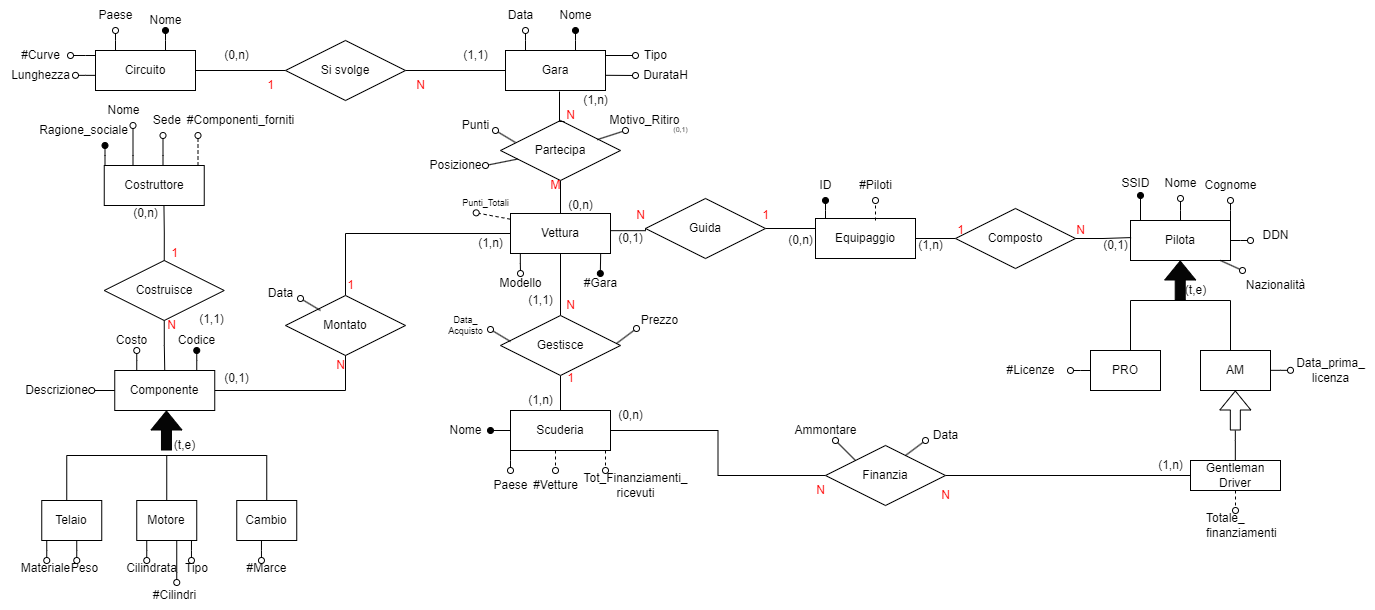
GiuseppePastena23/UNISA keeps this draw.io diagram as II_Anno/Primo_Semestre/BD(Professori Polese, Caruccio, BB)/Progetti/2023-2024/Peppe-Pasquale/Untitled_Diagram_1.drawio.png. Above is the earlier version. Source tidied: cells renumbered, new cells last; positions are measured from the earlier drawing's top-left corner, leaving out a move shared by most shapes.
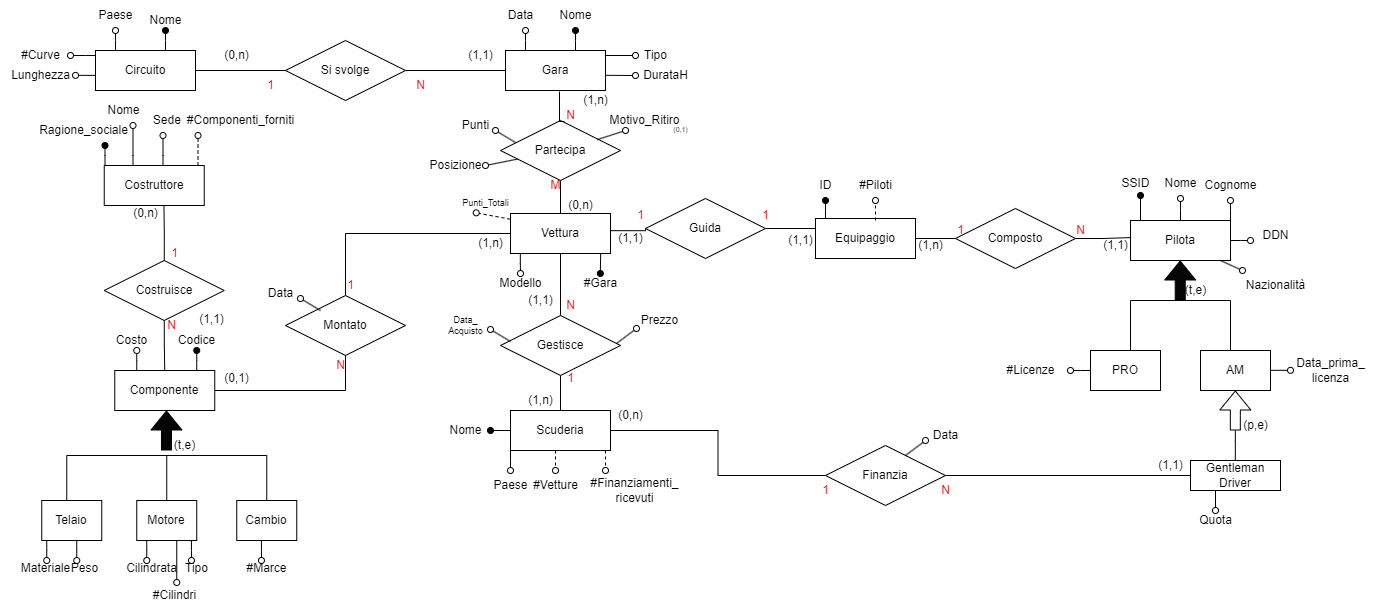
After the change.

Diff of the diagram source:
```diff
@@ -146,18 +146,6 @@
     <mxCell id="29" value="Gentleman Driver" style="html=1;align=center;fontStyle=0;labelBackgroundColor=none;fontColor=default;whiteSpace=wrap;labelBorderColor=none;verticalAlign=middle;horizontal=1;fontFamily=Helvetica;" parent="1" vertex="1">
       <mxGeometry x="1190" y="460" width="90" height="30" as="geometry" />
     </mxCell>
-    <mxCell id="30" style="endArrow=oval;html=1;rounded=0;endFill=0;labelBackgroundColor=none;fontColor=default;exitX=0.5;exitY=1;exitDx=0;exitDy=0;dashed=1;" parent="1" edge="1" source="29">
-      <mxGeometry relative="1" as="geometry">
-        <mxPoint x="1235" y="510" as="targetPoint" />
-        <Array as="points">
-          <mxPoint x="1235" y="500" />
-          <mxPoint x="1235" y="510" />
-        </Array>
-      </mxGeometry>
-    </mxCell>
-    <mxCell id="31" value="Totale_&lt;br&gt;finanziamenti" style="text;html=1;align=left;verticalAlign=middle;strokeColor=none;fillColor=none;" parent="1" vertex="1">
-      <mxGeometry x="1204" y="505" width="90" height="40" as="geometry" />
-    </mxCell>
     <mxCell id="32" value="Scuderia" style="html=1;align=center;fontStyle=0;labelBackgroundColor=none;fontColor=default;whiteSpace=wrap;labelBorderColor=none;verticalAlign=middle;horizontal=1;fontFamily=Helvetica;" parent="1" vertex="1">
       <mxGeometry x="510" y="410" width="100" height="40" as="geometry" />
     </mxCell>
@@ -192,8 +180,8 @@
         </Array>
       </mxGeometry>
     </mxCell>
-    <mxCell id="38" value="Tot_Finanziamenti_&lt;br&gt;ricevuti" style="text;html=1;align=center;verticalAlign=middle;strokeColor=none;fillColor=none;rotation=0;" parent="1" vertex="1">
-      <mxGeometry x="570" y="465" width="130" height="40" as="geometry" />
+    <mxCell id="38" value="#Finanziamenti_&lt;br&gt;ricevuti" style="text;html=1;align=center;verticalAlign=middle;strokeColor=none;fillColor=none;rotation=0;" parent="1" vertex="1">
+      <mxGeometry x="579" y="470" width="110" height="40" as="geometry" />
     </mxCell>
     <mxCell id="39" value="Vettura" style="html=1;align=center;fontStyle=0;labelBackgroundColor=none;fontColor=default;whiteSpace=wrap;labelBorderColor=none;verticalAlign=middle;horizontal=1;fontFamily=Helvetica;" parent="1" vertex="1">
       <mxGeometry x="510" y="213" width="100" height="40" as="geometry" />
@@ -619,16 +607,8 @@
     <mxCell id="127" value="Data" style="text;html=1;align=center;verticalAlign=middle;strokeColor=none;fillColor=none;labelBackgroundColor=none;" parent="1" vertex="1">
       <mxGeometry x="920" y="420" width="50" height="30" as="geometry" />
     </mxCell>
-    <mxCell id="128" style="endArrow=oval;html=1;rounded=0;exitX=0;exitY=0;exitDx=0;exitDy=0;endFill=0;" parent="1" edge="1" source="125">
-      <mxGeometry relative="1" as="geometry">
-        <mxPoint x="835" y="440" as="targetPoint" />
-      </mxGeometry>
-    </mxCell>
-    <mxCell id="129" value="Ammontare" style="text;html=1;align=center;verticalAlign=middle;strokeColor=none;fillColor=none;labelBackgroundColor=none;" parent="1" vertex="1">
-      <mxGeometry x="780" y="415" width="90" height="30" as="geometry" />
-    </mxCell>
     <mxCell id="130" value="(1,1)" style="text;html=1;align=center;verticalAlign=middle;strokeColor=none;fillColor=none;" parent="1" vertex="1">
-      <mxGeometry x="450" y="40" width="50" height="30" as="geometry" />
+      <mxGeometry x="455" y="40" width="50" height="30" as="geometry" />
     </mxCell>
     <mxCell id="131" value="N" style="text;html=1;align=center;verticalAlign=middle;strokeColor=none;fillColor=none;fontColor=#ff0000;" parent="1" vertex="1">
       <mxGeometry x="405" y="70" width="30" height="30" as="geometry" />
@@ -669,13 +649,13 @@
     <mxCell id="143" value="1" style="text;html=1;align=center;verticalAlign=middle;strokeColor=none;fillColor=none;fontColor=#ff0000;" parent="1" vertex="1">
       <mxGeometry x="750" y="200" width="30" height="30" as="geometry" />
     </mxCell>
-    <mxCell id="144" value="N" style="text;html=1;align=center;verticalAlign=middle;strokeColor=none;fillColor=none;fontColor=#ff0000;" parent="1" vertex="1">
+    <mxCell id="144" value="1" style="text;html=1;align=center;verticalAlign=middle;strokeColor=none;fillColor=none;fontColor=#ff0000;" parent="1" vertex="1">
       <mxGeometry x="625" y="200" width="30" height="30" as="geometry" />
     </mxCell>
-    <mxCell id="145" value="(0,n)" style="text;html=1;align=center;verticalAlign=middle;strokeColor=none;fillColor=none;" parent="1" vertex="1">
+    <mxCell id="145" value="(1,1)" style="text;html=1;align=center;verticalAlign=middle;strokeColor=none;fillColor=none;" parent="1" vertex="1">
       <mxGeometry x="775" y="225" width="50" height="30" as="geometry" />
     </mxCell>
-    <mxCell id="146" value="(0,1)" style="text;html=1;align=center;verticalAlign=middle;strokeColor=none;fillColor=none;" parent="1" vertex="1">
+    <mxCell id="146" value="(1,1)" style="text;html=1;align=center;verticalAlign=middle;strokeColor=none;fillColor=none;" parent="1" vertex="1">
       <mxGeometry x="605" y="223" width="50" height="30" as="geometry" />
     </mxCell>
     <mxCell id="147" value="1" style="text;html=1;align=center;verticalAlign=middle;strokeColor=none;fillColor=none;fontColor=#ff0000;" parent="1" vertex="1">
@@ -684,7 +664,7 @@
     <mxCell id="148" value="N" style="text;html=1;align=center;verticalAlign=middle;strokeColor=none;fillColor=none;fontColor=#ff0000;" parent="1" vertex="1">
       <mxGeometry x="1065" y="215" width="30" height="30" as="geometry" />
     </mxCell>
-    <mxCell id="149" value="(0,1)" style="text;html=1;align=center;verticalAlign=middle;strokeColor=none;fillColor=none;" parent="1" vertex="1">
+    <mxCell id="149" value="(1,1)" style="text;html=1;align=center;verticalAlign=middle;strokeColor=none;fillColor=none;" parent="1" vertex="1">
       <mxGeometry x="1090" y="230" width="50" height="30" as="geometry" />
     </mxCell>
     <mxCell id="150" value="(1,n)" style="text;html=1;align=center;verticalAlign=middle;strokeColor=none;fillColor=none;" parent="1" vertex="1">
@@ -693,13 +673,13 @@
     <mxCell id="151" value="(t,e)" style="text;html=1;align=center;verticalAlign=middle;strokeColor=none;fillColor=none;" parent="1" vertex="1">
       <mxGeometry x="1175" y="275" width="40" height="30" as="geometry" />
     </mxCell>
-    <mxCell id="152" value="N" style="text;html=1;align=center;verticalAlign=middle;strokeColor=none;fillColor=none;fontColor=#ff0000;" parent="1" vertex="1">
-      <mxGeometry x="930" y="480" width="30" height="30" as="geometry" />
+    <mxCell id="152" value="1" style="text;html=1;align=center;verticalAlign=middle;strokeColor=none;fillColor=none;fontColor=#ff0000;" parent="1" vertex="1">
+      <mxGeometry x="810" y="475" width="30" height="30" as="geometry" />
     </mxCell>
     <mxCell id="153" value="N" style="text;html=1;align=center;verticalAlign=middle;strokeColor=none;fillColor=none;fontColor=#ff0000;" parent="1" vertex="1">
-      <mxGeometry x="805" y="475" width="30" height="30" as="geometry" />
+      <mxGeometry x="930" y="475" width="30" height="30" as="geometry" />
     </mxCell>
-    <mxCell id="154" value="(1,n)" style="text;html=1;align=center;verticalAlign=middle;strokeColor=none;fillColor=none;" parent="1" vertex="1">
+    <mxCell id="154" value="(1,1)" style="text;html=1;align=center;verticalAlign=middle;strokeColor=none;fillColor=none;" parent="1" vertex="1">
       <mxGeometry x="1145" y="450" width="50" height="30" as="geometry" />
     </mxCell>
     <mxCell id="155" value="(0,n)" style="text;html=1;align=center;verticalAlign=middle;strokeColor=none;fillColor=none;" parent="1" vertex="1">
@@ -749,17 +729,6 @@
     <mxCell id="169" style="endArrow=oval;html=1;rounded=0;endFill=0;exitX=-0.003;exitY=0.142;exitDx=0;exitDy=0;exitPerimeter=0;entryX=0.367;entryY=0.967;entryDx=0;entryDy=0;entryPerimeter=0;dashed=1;" parent="1" edge="1" source="39" target="168">
       <mxGeometry relative="1" as="geometry" />
     </mxCell>
-    <mxCell id="170" style="endArrow=oval;html=1;rounded=0;exitX=0;exitY=0.5;exitDx=0;exitDy=0;endFill=0;labelBackgroundColor=none;fontColor=default;" parent="1" edge="1" source="44">
-      <mxGeometry relative="1" as="geometry">
-        <mxPoint x="91" y="390" as="targetPoint" />
-        <Array as="points">
-          <mxPoint x="91.2" y="390" />
-        </Array>
-      </mxGeometry>
-    </mxCell>
-    <mxCell id="171" value="Descrizione" style="text;html=1;align=center;verticalAlign=middle;strokeColor=none;fillColor=none;" parent="1" vertex="1">
-      <mxGeometry x="11.2" y="375" width="90" height="30" as="geometry" />
-    </mxCell>
     <mxCell id="172" style="endArrow=oval;html=1;rounded=0;endFill=0;labelBackgroundColor=none;fontColor=default;exitX=0.5;exitY=1;exitDx=0;exitDy=0;dashed=1;" parent="1" edge="1">
       <mxGeometry relative="1" as="geometry">
         <mxPoint x="555" y="450" as="sourcePoint" />
@@ -773,5 +742,17 @@
     <mxCell id="173" value="#Vetture" style="text;html=1;align=center;verticalAlign=middle;strokeColor=none;fillColor=none;rotation=0;" parent="1" vertex="1">
       <mxGeometry x="520" y="470" width="70" height="30" as="geometry" />
     </mxCell>
+    <mxCell id="174" value="Quota" style="text;html=1;align=center;verticalAlign=middle;strokeColor=none;fillColor=none;" parent="1" vertex="1">
+      <mxGeometry x="1185" y="505" width="60" height="30" as="geometry" />
+    </mxCell>
+    <mxCell id="175" style="endArrow=oval;html=1;rounded=0;endFill=0;" parent="1" edge="1">
+      <mxGeometry relative="1" as="geometry">
+        <mxPoint x="1215" y="490" as="sourcePoint" />
+        <mxPoint x="1215" y="510" as="targetPoint" />
+      </mxGeometry>
+    </mxCell>
+    <mxCell id="176" value="(p,e)" style="text;html=1;align=center;verticalAlign=middle;strokeColor=none;fillColor=none;" parent="1" vertex="1">
+      <mxGeometry x="1230" y="410" width="50" height="30" as="geometry" />
+    </mxCell>
   </root>
 </mxGraphModel>
```
